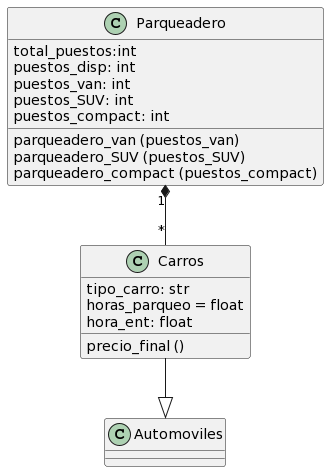
jesusdlacrz/second_parcial_OOP keeps this PlantUML diagram as uml_pt2.png. Above is the earlier version. The source it was exported from:
```plantuml
@startuml
class Parqueadero{
total_puestos:int
puestos_disp: int
puestos_van: int
puestos_SUV: int
puestos_compact: int
parqueadero_van (puestos_van)
parqueadero_SUV (puestos_SUV)
parqueadero_compact (puestos_compact)
}
class Carros{
tipo_carro: str
horas_parqueo = float
hora_ent: float
precio_final ()
}
Parqueadero "1"*--"*" Carros

class Automoviles

Carros --|> Automoviles
@enduml
```
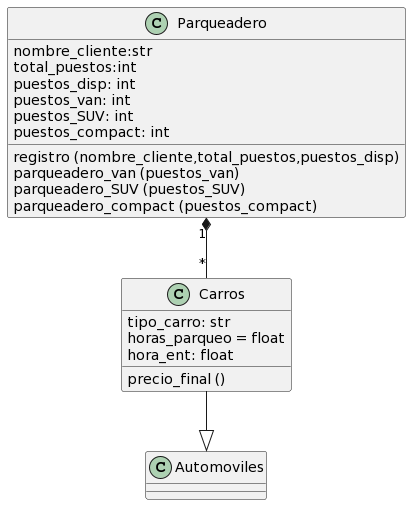
Above is the later version.

Change to the diagram source:
```diff
@@ -1,10 +1,12 @@
 @startuml
 class Parqueadero{
+nombre_cliente:str
 total_puestos:int
 puestos_disp: int
 puestos_van: int
 puestos_SUV: int
 puestos_compact: int
+registro (nombre_cliente,total_puestos,puestos_disp)
 parqueadero_van (puestos_van)
 parqueadero_SUV (puestos_SUV)
 parqueadero_compact (puestos_compact)
```
